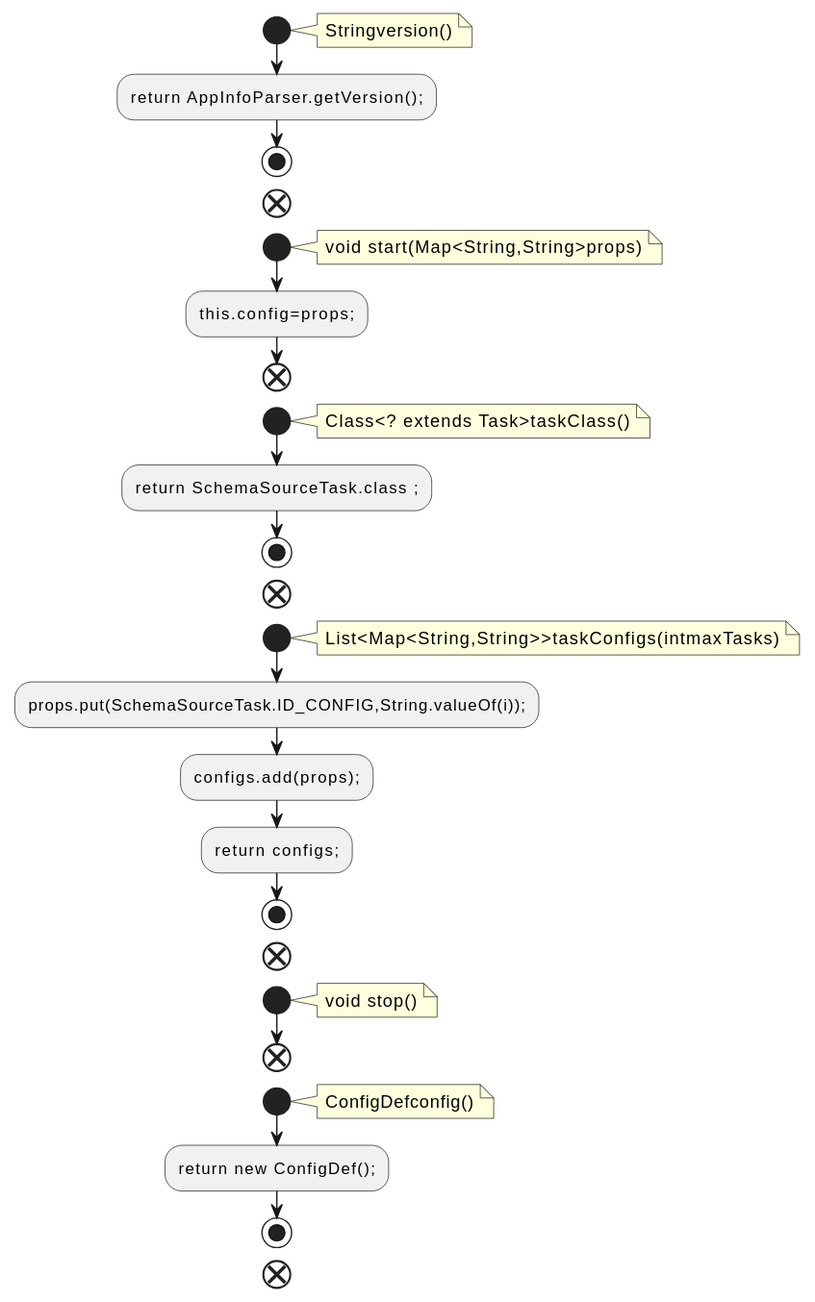
Above: docs/qc/connect/runtime/src/main/java/org/apache/kafka/connect/tools/SchemaSourceConnector.java.fct.svg in qualitesys/kafka (PlantUML), before the change.
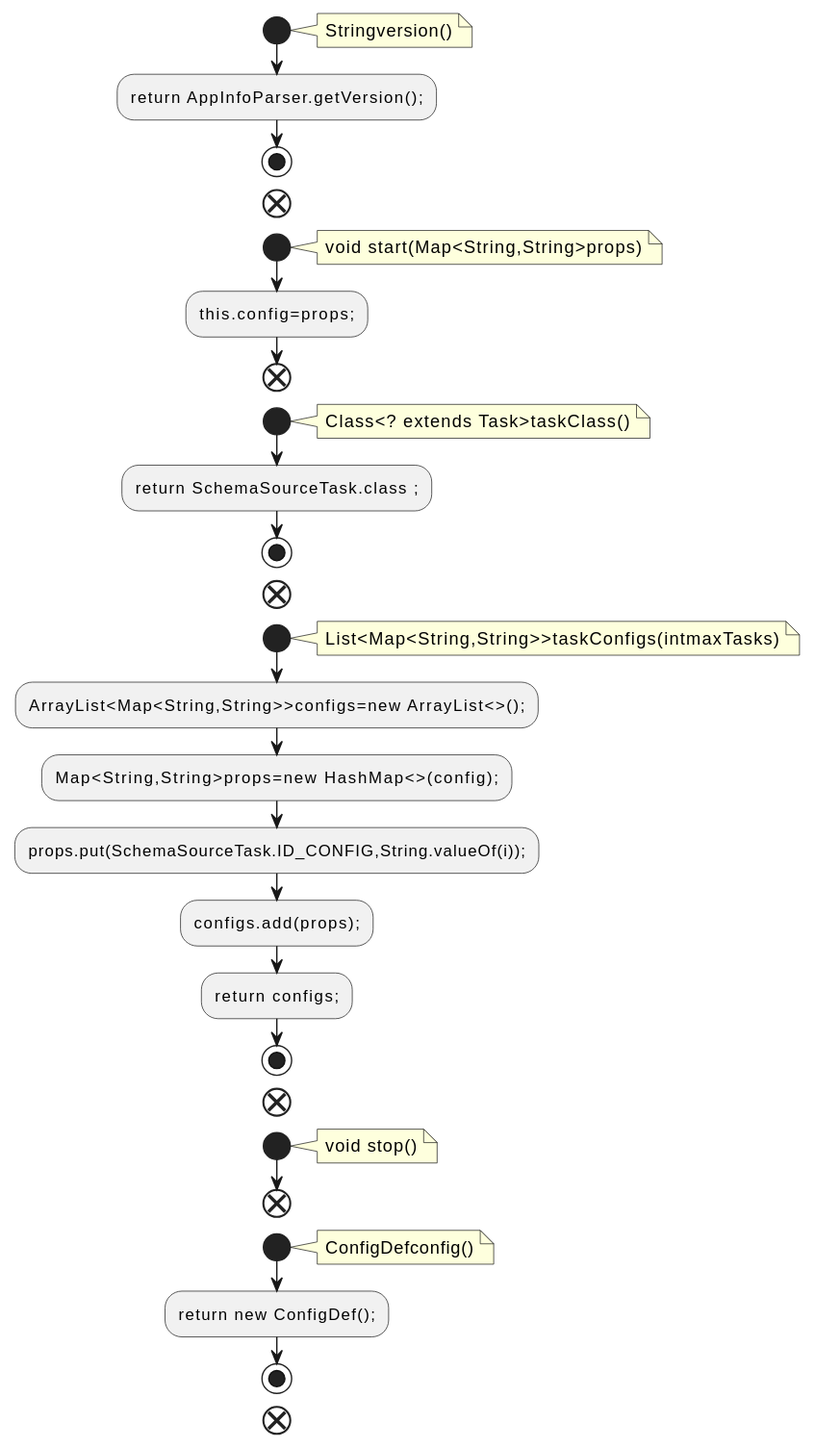
Above is the later version.

Change to the diagram source:
```diff
@@ -24,6 +24,8 @@
 note right
 List<Map<String,String>>taskConfigs(intmaxTasks)
 end note
+:ArrayList<Map<String,String>>configs=new ArrayList<>();;
+:Map<String,String>props=new HashMap<>(config);;
 :props.put(SchemaSourceTask.ID_CONFIG,String.valueOf(i));;
 :configs.add(props);;
 :return configs;;
```
